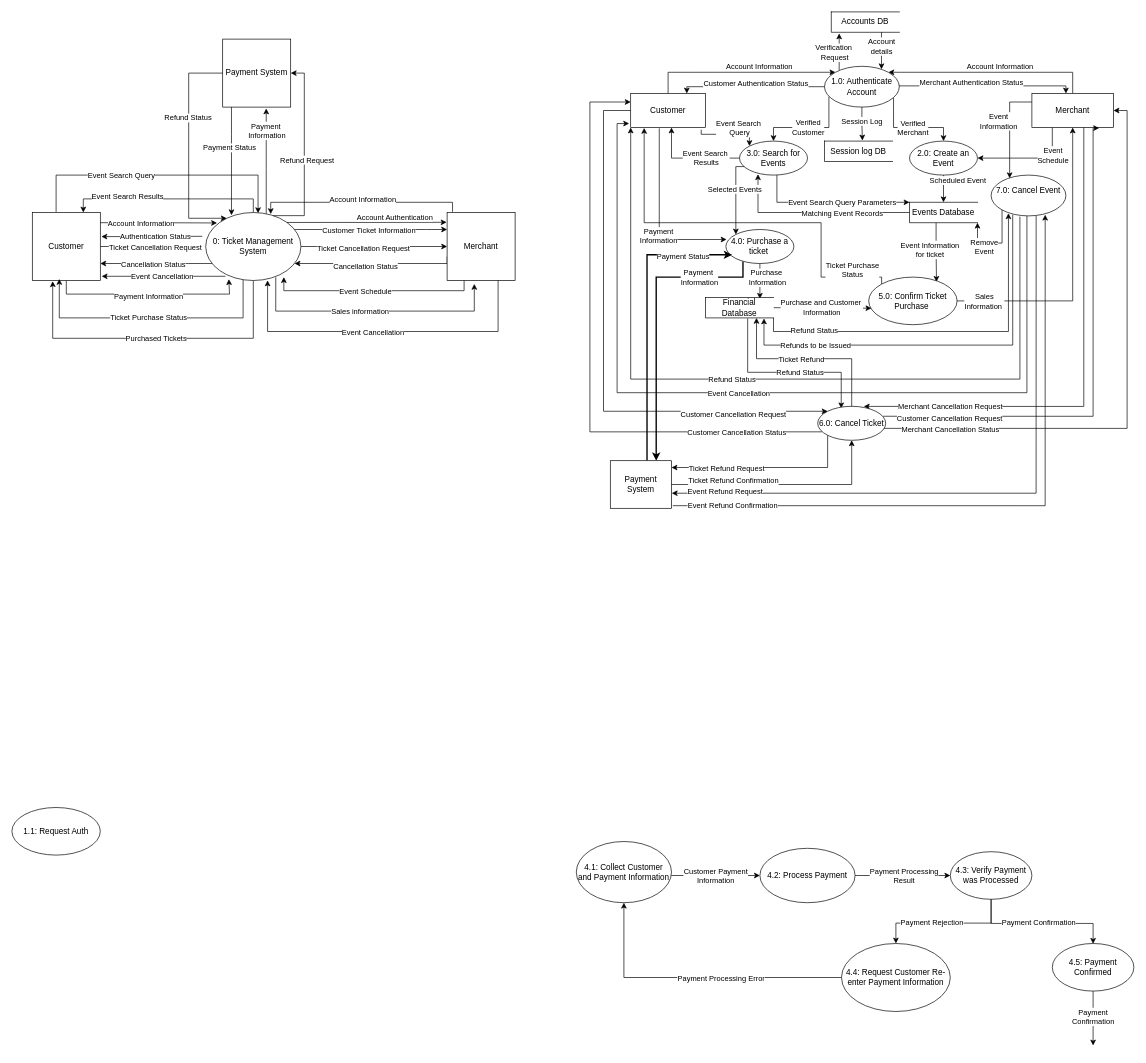
Earlier version of the draw.io diagram ITEC 630 DFD Ticket Mangement System .drawio (SteveWChang/UMGC-ITEC--630-Ticketing-System-Modeling-and-Analysis). Source tidied: cells renumbered, new cells numbered last; positions are measured from the earlier drawing's top-left corner, leaving out a move shared by most shapes. Both pictures are drawn from the tidied source at 68%, with x=0, y=0 at pixel (12, 12).
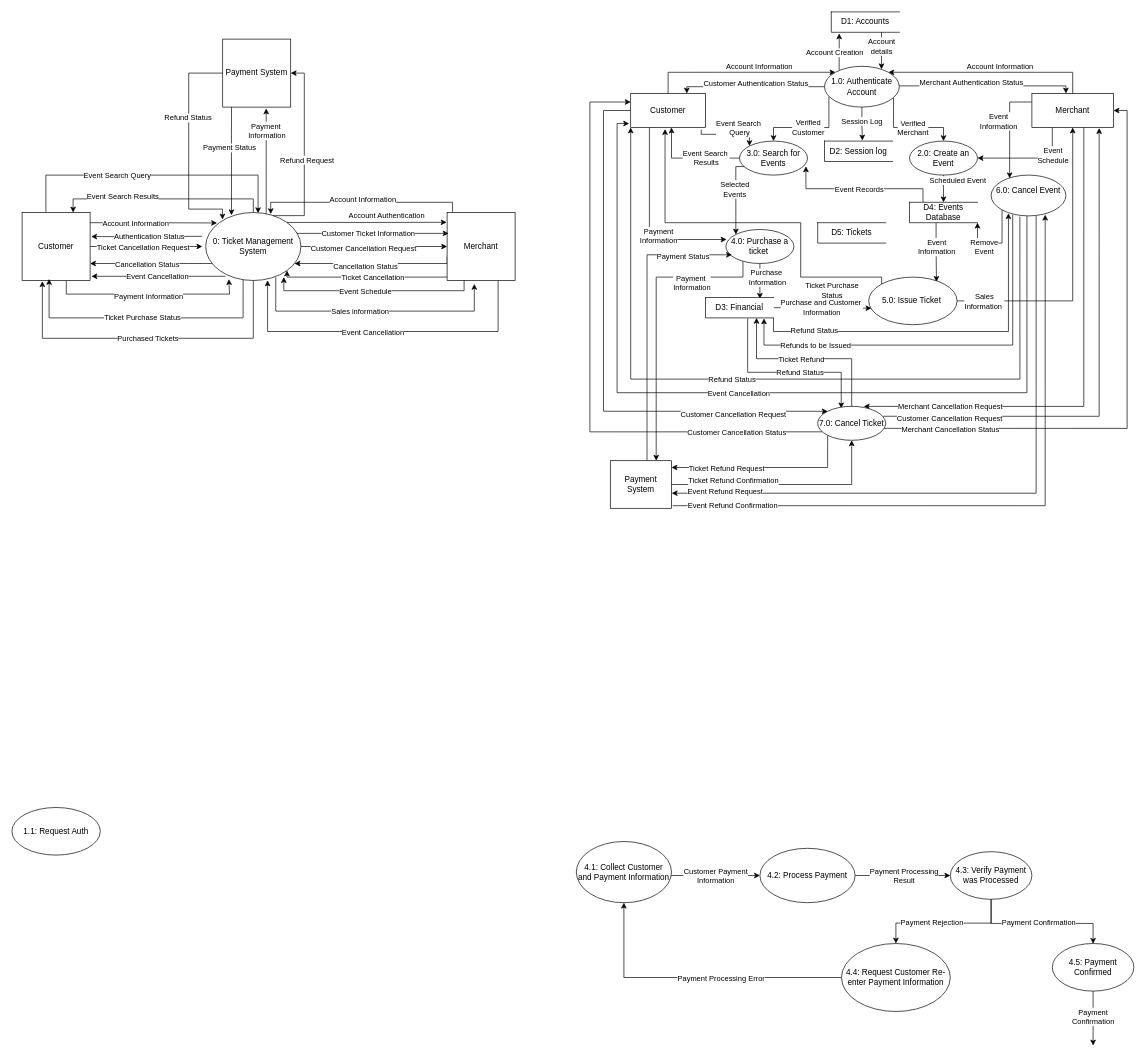
The same diagram, later.

The change refers to these unchanged cells:
```xml
<mxCell id="10" value="Merchant" style="html=1;dashed=0;whiteSpace=wrap;" parent="1" vertex="1">
  <mxGeometry x="1500" y="120" width="120" height="50" as="geometry" />
</mxCell>
<mxCell id="11" style="edgeStyle=orthogonalEdgeStyle;rounded=0;jettySize=auto;html=1;" parent="1" edge="1" source="19">
  <mxGeometry relative="1" as="geometry">
    <mxPoint x="280" y="345" as="targetPoint" />
  </mxGeometry>
</mxCell>
<mxCell id="24" value="Merchant" style="html=1;dashed=0;whiteSpace=wrap;" parent="1" vertex="1">
  <mxGeometry x="640" y="295" width="100" height="100" as="geometry" />
</mxCell>
<mxCell id="25" value="Payment System" style="html=1;dashed=0;whiteSpace=wrap;" parent="1" vertex="1">
  <mxGeometry x="310" y="40" width="100" height="100" as="geometry" />
</mxCell>
<mxCell id="29" style="edgeStyle=orthogonalEdgeStyle;rounded=0;jettySize=auto;html=1;entryX=0.767;entryY=0.1;entryDx=0;entryDy=0;exitX=0.391;exitY=0.994;exitDx=0;exitDy=0;entryPerimeter=0;exitPerimeter=0;" parent="1" edge="1" source="33" target="60">
  <mxGeometry x="-0.01" relative="1" as="geometry" />
</mxCell>
<mxCell id="37" value="4.0: Purchase a ticket&amp;nbsp;" style="shape=ellipse;html=1;dashed=0;whiteSpace=wrap;perimeter=ellipsePerimeter;" parent="1" vertex="1">
  <mxGeometry x="1050" y="320" width="100" height="50" as="geometry" />
</mxCell>
<mxCell id="45" value="Customer" style="html=1;dashed=0;whiteSpace=wrap;" parent="1" vertex="1">
  <mxGeometry x="910" y="120" width="110" height="50" as="geometry" />
</mxCell>
<mxCell id="48" value="Payment System" style="html=1;dashed=0;whiteSpace=wrap;" parent="1" vertex="1">
  <mxGeometry x="880" y="660" width="90" height="70" as="geometry" />
</mxCell>
<mxCell id="63" style="edgeStyle=orthogonalEdgeStyle;rounded=0;jettySize=auto;html=1;entryX=0;entryY=0.5;entryDx=0;entryDy=0;" parent="1" edge="1" source="73" target="24">
  <mxGeometry relative="1" as="geometry" />
</mxCell>
<mxCell id="73" value="0: Ticket Management System" style="shape=ellipse;html=1;dashed=0;whiteSpace=wrap;perimeter=ellipsePerimeter;" parent="1" vertex="1">
  <mxGeometry x="285" y="295" width="140" height="100" as="geometry" />
</mxCell>
<mxCell id="97" style="edgeStyle=orthogonalEdgeStyle;rounded=0;jettySize=auto;html=1;exitX=0.098;exitY=0.749;exitDx=0;exitDy=0;exitPerimeter=0;entryX=0;entryY=0;entryDx=0;entryDy=0;" parent="1" edge="1" source="99" target="37">
  <mxGeometry x="0.21" relative="1" as="geometry">
    <Array as="points">
      <mxPoint x="1064.6" y="227.5" />
    </Array>
  </mxGeometry>
</mxCell>
<mxCell id="99" value="3.0: Search for Events" style="shape=ellipse;html=1;dashed=0;whiteSpace=wrap;perimeter=ellipsePerimeter;" parent="1" vertex="1">
  <mxGeometry x="1070" y="190" width="100" height="50" as="geometry" />
</mxCell>
<mxCell id="117" style="edgeStyle=orthogonalEdgeStyle;rounded=0;jettySize=auto;html=1;entryX=0.116;entryY=1.054;entryDx=0;entryDy=0;exitX=0.196;exitY=0.091;exitDx=0;exitDy=0;exitPerimeter=0;entryPerimeter=0;" parent="1" edge="1" source="112" target="122">
  <mxGeometry x="-0.13" relative="1" as="geometry" />
</mxCell>
<mxCell id="160" style="edgeStyle=orthogonalEdgeStyle;rounded=0;jettySize=auto;html=1;exitX=1;exitY=0;exitDx=0;exitDy=0;entryX=-0.007;entryY=0.144;entryDx=0;entryDy=0;entryPerimeter=0;" parent="1" edge="1" source="73" target="24">
  <mxGeometry x="0.03" relative="1" as="geometry">
    <Array as="points">
      <mxPoint x="532.5" y="309.6" />
    </Array>
  </mxGeometry>
</mxCell>
```

The edit, as a diff of the source:
```diff
@@
     <mxCell id="12" value="Ticket Cancellation Request" style="edgeLabel;html=1;align=center;verticalAlign=middle;" parent="11" vertex="1">
       <mxGeometry x="-0.16" relative="1" as="geometry">
-        <mxPoint x="17" as="offset" />
+        <mxPoint x="7" as="offset" />
       </mxGeometry>
     </mxCell>
     <mxCell id="13" style="edgeStyle=orthogonalEdgeStyle;rounded=0;jettySize=auto;html=1;entryX=0.55;entryY=0.01;entryDx=0;entryDy=0;entryPerimeter=0;exitX=0.35;exitY=-0.01;exitDx=0;exitDy=0;exitPerimeter=0;" parent="1" edge="1" source="19" target="73">
       <mxGeometry x="-0.64" relative="1" as="geometry">
         <Array as="points">
-          <mxPoint x="65" y="240" />
+          <mxPoint x="50" y="240" />
           <mxPoint x="362" y="240" />
         </Array>
       </mxGeometry>
     </mxCell>
@@
     <mxCell id="19" value="&lt;div&gt;Customer&lt;/div&gt;" style="html=1;dashed=0;whiteSpace=wrap;" parent="1" vertex="1">
-      <mxGeometry x="30" y="295" width="100" height="100" as="geometry" />
+      <mxGeometry x="15" y="295" width="100" height="100" as="geometry" />
     </mxCell>
@@
+    <mxCell id="164" style="edgeStyle=orthogonalEdgeStyle;rounded=0;jettySize=auto;html=1;entryX=1;entryY=1;entryDx=0;entryDy=0;" parent="1" edge="1" source="24" target="73">
+      <mxGeometry relative="1" as="geometry">
+        <Array as="points">
+          <mxPoint x="404.5" y="390" />
+        </Array>
+      </mxGeometry>
+    </mxCell>
+    <mxCell id="165" value="Ticket Cancellation" style="edgeLabel;html=1;align=center;verticalAlign=middle;" parent="164" vertex="1">
+      <mxGeometry x="0.24" relative="1" as="geometry">
+        <mxPoint x="42" as="offset" />
+      </mxGeometry>
+    </mxCell>
@@
-    <mxCell id="30" value="&lt;div&gt;Event Information&lt;/div&gt;&lt;div&gt;for&amp;nbsp;ticket&lt;/div&gt;" style="edgeLabel;html=1;align=center;verticalAlign=middle;" parent="29" vertex="1">
+    <mxCell id="30" value="&lt;div&gt;Event&lt;/div&gt;&lt;div&gt;Information&lt;/div&gt;" style="edgeLabel;html=1;align=center;verticalAlign=middle;" parent="29" vertex="1">
       <mxGeometry x="-0.01" relative="1" as="geometry">
-        <mxPoint x="-10" y="-3" as="offset" />
+        <mxPoint y="-7" as="offset" />
       </mxGeometry>
     </mxCell>
-    <mxCell id="31" style="edgeStyle=orthogonalEdgeStyle;rounded=0;jettySize=auto;html=1;entryX=0.272;entryY=0.973;entryDx=0;entryDy=0;exitX=0;exitY=0.5;exitDx=0;exitDy=0;strokeWidth=1;entryPerimeter=0;" parent="1" edge="1" source="33" target="99">
-      <mxGeometry x="0.01" relative="1" as="geometry" />
+    <mxCell id="31" style="edgeStyle=orthogonalEdgeStyle;rounded=0;jettySize=auto;html=1;entryX=0.977;entryY=0.743;entryDx=0;entryDy=0;exitX=0.198;exitY=-0.015;exitDx=0;exitDy=0;strokeWidth=1;entryPerimeter=0;exitPerimeter=0;" parent="1" edge="1" source="33" target="99">
+      <mxGeometry x="0.29" relative="1" as="geometry" />
     </mxCell>
-    <mxCell id="32" value="Matching Event Records" style="edgeLabel;html=1;align=center;verticalAlign=middle;" parent="31" vertex="1">
+    <mxCell id="32" value="Event Records" style="edgeLabel;html=1;align=center;verticalAlign=middle;" parent="31" vertex="1">
       <mxGeometry x="0.34" relative="1" as="geometry">
-        <mxPoint x="87" as="offset" />
+        <mxPoint x="36" as="offset" />
       </mxGeometry>
     </mxCell>
-    <mxCell id="33" value="Events Database" style="html=1;dashed=0;whiteSpace=wrap;shape=partialRectangle;right=0;" parent="1" vertex="1">
+    <mxCell id="33" value="D4: Events Database" style="html=1;dashed=0;whiteSpace=wrap;shape=partialRectangle;right=0;" parent="1" vertex="1">
       <mxGeometry x="1320" y="280" width="100" height="30" as="geometry" />
     </mxCell>
@@
-    <mxCell id="36" style="edgeStyle=orthogonalEdgeStyle;rounded=0;jettySize=auto;html=1;exitX=0.251;exitY=0.939;exitDx=0;exitDy=0;exitPerimeter=0;entryX=0.75;entryY=0;entryDx=0;entryDy=0;strokeWidth=2;" parent="1" edge="1" source="37" target="48">
+    <mxCell id="36" style="edgeStyle=orthogonalEdgeStyle;rounded=0;jettySize=auto;html=1;exitX=0.251;exitY=0.939;exitDx=0;exitDy=0;exitPerimeter=0;entryX=0.75;entryY=0;entryDx=0;entryDy=0;strokeWidth=1;" parent="1" edge="1" source="37" target="48">
       <mxGeometry x="0.05" relative="1" as="geometry">
         <Array as="points">
           <mxPoint x="1075.1" y="390" />
           <mxPoint x="947.5" y="390" />
         </Array>
       </mxGeometry>
     </mxCell>
@@
-    <mxCell id="38" style="edgeStyle=orthogonalEdgeStyle;rounded=0;jettySize=auto;html=1;entryX=0.01;entryY=0.294;entryDx=0;entryDy=0;exitX=0.382;exitY=1.024;exitDx=0;exitDy=0;exitPerimeter=0;entryPerimeter=0;" parent="1" edge="1" source="45" target="37">
-      <mxGeometry x="0.16" relative="1" as="geometry">
-        <Array as="points">
-          <mxPoint x="952" y="334.7" />
-        </Array>
-      </mxGeometry>
+    <mxCell id="38" style="edgeStyle=orthogonalEdgeStyle;rounded=0;jettySize=auto;html=1;entryX=0.01;entryY=0.294;entryDx=0;entryDy=0;exitX=0.25;exitY=1;exitDx=0;exitDy=0;entryPerimeter=0;" parent="1" edge="1" source="45" target="37">
+      <mxGeometry x="0.21" relative="1" as="geometry" />
     </mxCell>
     <mxCell id="39" value="&lt;div&gt;Payment&amp;nbsp;&lt;/div&gt;&lt;div&gt;Information&lt;/div&gt;" style="edgeLabel;html=1;align=center;verticalAlign=middle;rotation=0;" parent="38" vertex="1">
-      <mxGeometry x="0.17" y="1" relative="1" as="geometry">
+      <mxGeometry x="0.22" y="1" relative="1" as="geometry">
         <mxPoint x="57" y="65" as="offset" />
       </mxGeometry>
     </mxCell>
     <mxCell id="40" value="&lt;div&gt;Payment&lt;/div&gt;&lt;div&gt;Information&lt;/div&gt;" style="edgeLabel;html=1;align=center;verticalAlign=middle;" parent="38" vertex="1">
-      <mxGeometry x="0.56" relative="1" as="geometry">
+      <mxGeometry x="0.59" relative="1" as="geometry">
         <mxPoint x="-43" y="-5" as="offset" />
       </mxGeometry>
     </mxCell>
@@
-    <mxCell id="46" style="edgeStyle=orthogonalEdgeStyle;rounded=0;jettySize=auto;html=1;exitX=0.6;exitY=-0.004;exitDx=0;exitDy=0;entryX=0.09;entryY=0.744;entryDx=0;entryDy=0;entryPerimeter=0;exitPerimeter=0;strokeWidth=2;" parent="1" edge="1" source="48" target="37">
+    <mxCell id="46" style="edgeStyle=orthogonalEdgeStyle;rounded=0;jettySize=auto;html=1;exitX=0.6;exitY=-0.004;exitDx=0;exitDy=0;entryX=0.09;entryY=0.744;entryDx=0;entryDy=0;entryPerimeter=0;exitPerimeter=0;strokeWidth=1;" parent="1" edge="1" source="48" target="37">
       <mxGeometry x="0.09" relative="1" as="geometry">
         <Array as="points">
           <mxPoint x="934" y="357.2" />
         </Array>
       </mxGeometry>
     </mxCell>
@@
-    <mxCell id="55" value="Financial Database" style="html=1;dashed=0;whiteSpace=wrap;shape=partialRectangle;right=0;" parent="1" vertex="1">
+    <mxCell id="55" value="D3: Financial" style="html=1;dashed=0;whiteSpace=wrap;shape=partialRectangle;right=0;" parent="1" vertex="1">
       <mxGeometry x="1020" y="420" width="100" height="30" as="geometry" />
     </mxCell>
-    <mxCell id="56" style="edgeStyle=orthogonalEdgeStyle;rounded=0;jettySize=auto;html=1;exitX=0;exitY=0;exitDx=0;exitDy=0;entryX=0.18;entryY=1.012;entryDx=0;entryDy=0;entryPerimeter=0;strokeWidth=1;" parent="1" edge="1" source="60" target="45">
-      <mxGeometry x="-0.18" relative="1" as="geometry">
+    <mxCell id="56" style="edgeStyle=orthogonalEdgeStyle;rounded=0;jettySize=auto;html=1;exitX=0;exitY=0;exitDx=0;exitDy=0;entryX=0.459;entryY=1.047;entryDx=0;entryDy=0;entryPerimeter=0;strokeWidth=1;" parent="1" edge="1" source="60" target="45">
+      <mxGeometry x="-0.14" relative="1" as="geometry">
         <Array as="points">
           <mxPoint x="1279" y="390" />
-          <mxPoint x="1190" y="390" />
-          <mxPoint x="1190" y="310" />
-          <mxPoint x="929.8" y="310" />
+          <mxPoint x="1160" y="390" />
+          <mxPoint x="1160" y="310" />
+          <mxPoint x="960.5" y="310" />
         </Array>
       </mxGeometry>
     </mxCell>
     <mxCell id="57" value="&lt;div&gt;Ticket Purchase&lt;/div&gt;&lt;div&gt;Status&lt;/div&gt;" style="edgeLabel;html=1;align=center;verticalAlign=middle;" parent="56" vertex="1">
-      <mxGeometry x="-0.5" y="1" relative="1" as="geometry">
+      <mxGeometry x="-0.47" y="1" relative="1" as="geometry">
         <mxPoint x="46" y="35" as="offset" />
       </mxGeometry>
     </mxCell>
@@
-    <mxCell id="60" value="5.0: Confirm Ticket Purchase&amp;nbsp;" style="shape=ellipse;html=1;dashed=0;whiteSpace=wrap;perimeter=ellipsePerimeter;" parent="1" vertex="1">
+    <mxCell id="60" value="5.0: Issue Ticket&amp;nbsp;" style="shape=ellipse;html=1;dashed=0;whiteSpace=wrap;perimeter=ellipsePerimeter;" parent="1" vertex="1">
       <mxGeometry x="1260" y="390" width="130" height="70" as="geometry" />
     </mxCell>
@@
-    <mxCell id="64" value="Ticket Cancellation Request" style="edgeLabel;html=1;align=center;verticalAlign=middle;" parent="63" vertex="1">
+    <mxCell id="64" value="Customer Cancellation Request" style="edgeLabel;html=1;align=center;verticalAlign=middle;" parent="63" vertex="1">
       <mxGeometry x="-0.15" y="-2" relative="1" as="geometry" />
     </mxCell>
@@
     <mxCell id="67" style="edgeStyle=orthogonalEdgeStyle;rounded=0;jettySize=auto;html=1;exitX=0.393;exitY=0.95;exitDx=0;exitDy=0;exitPerimeter=0;entryX=0.397;entryY=0.977;entryDx=0;entryDy=0;entryPerimeter=0;" parent="1" edge="1" source="73" target="19">
       <mxGeometry x="0.01" relative="1" as="geometry">
         <Array as="points">
           <mxPoint x="340" y="450" />
-          <mxPoint x="70" y="450" />
+          <mxPoint x="54.7" y="450" />
         </Array>
       </mxGeometry>
     </mxCell>
@@
     <mxCell id="69" style="edgeStyle=orthogonalEdgeStyle;rounded=0;jettySize=auto;html=1;entryX=0.75;entryY=0;entryDx=0;entryDy=0;" parent="1" edge="1" source="73" target="19">
       <mxGeometry relative="1" as="geometry">
         <Array as="points">
           <mxPoint x="355" y="275" />
-          <mxPoint x="105" y="275" />
+          <mxPoint x="90" y="275" />
         </Array>
       </mxGeometry>
     </mxCell>
     <mxCell id="70" value="Event Search Results" style="edgeLabel;html=1;align=center;verticalAlign=middle;" parent="69" vertex="1">
-      <mxGeometry x="0.18" relative="1" as="geometry">
+      <mxGeometry x="0.17" relative="1" as="geometry">
         <mxPoint x="-35" y="-5" as="offset" />
       </mxGeometry>
     </mxCell>
     <mxCell id="71" style="edgeStyle=orthogonalEdgeStyle;rounded=0;jettySize=auto;html=1;entryX=0.298;entryY=1.01;entryDx=0;entryDy=0;entryPerimeter=0;" parent="1" edge="1" source="73" target="19">
-      <mxGeometry x="0.03" relative="1" as="geometry">
+      <mxGeometry x="0.04" relative="1" as="geometry">
         <Array as="points">
           <mxPoint x="355" y="480" />
-          <mxPoint x="60" y="480" />
-          <mxPoint x="60" y="400" />
+          <mxPoint x="44.8" y="480" />
         </Array>
       </mxGeometry>
     </mxCell>
     <mxCell id="72" value="Purchased Tickets" style="edgeLabel;html=1;align=center;verticalAlign=middle;" parent="71" vertex="1">
-      <mxGeometry x="0.28" y="3" relative="1" as="geometry">
+      <mxGeometry x="0.29" y="3" relative="1" as="geometry">
         <mxPoint x="68" y="-3" as="offset" />
       </mxGeometry>
     </mxCell>
@@
-    <mxCell id="74" style="edgeStyle=orthogonalEdgeStyle;rounded=0;jettySize=auto;html=1;" parent="1" edge="1" source="73" target="24">
-      <mxGeometry relative="1" as="geometry">
+    <mxCell id="74" style="edgeStyle=orthogonalEdgeStyle;rounded=0;jettySize=auto;html=1;entryX=0.022;entryY=0.307;entryDx=0;entryDy=0;entryPerimeter=0;" parent="1" edge="1" target="24">
+      <mxGeometry x="-0.03" relative="1" as="geometry">
+        <mxPoint x="418.8" y="325.7" as="sourcePoint" />
         <Array as="points">
-          <mxPoint x="610" y="320" />
-          <mxPoint x="610" y="320" />
+          <mxPoint x="418.8" y="325.7" />
         </Array>
       </mxGeometry>
     </mxCell>
     <mxCell id="75" value="&lt;div&gt;Customer Ticket Information&lt;/div&gt;" style="edgeLabel;html=1;align=center;verticalAlign=middle;" parent="74" vertex="1">
-      <mxGeometry x="0.26" y="1" relative="1" as="geometry">
+      <mxGeometry x="0.23" y="1" relative="1" as="geometry">
         <mxPoint x="-32" y="1" as="offset" />
       </mxGeometry>
     </mxCell>
@@
-    <mxCell id="95" style="edgeStyle=orthogonalEdgeStyle;rounded=0;jettySize=auto;html=1;exitX=0.5;exitY=1;exitDx=0;exitDy=0;entryX=0;entryY=0;entryDx=0;entryDy=0;" parent="1" edge="1" target="33">
-      <mxGeometry x="0.49" relative="1" as="geometry">
-        <mxPoint x="1125" y="240" as="sourcePoint" />
-        <Array as="points">
-          <mxPoint x="1125" y="280" />
-        </Array>
-      </mxGeometry>
-    </mxCell>
-    <mxCell id="96" value="Event Search Query Parameters" style="edgeLabel;html=1;align=center;verticalAlign=middle;" parent="95" vertex="1">
-      <mxGeometry x="0.3" y="1" relative="1" as="geometry">
-        <mxPoint x="-18" as="offset" />
-      </mxGeometry>
-    </mxCell>
@@
-    <mxCell id="98" value="&lt;div&gt;Selected Events&lt;/div&gt;" style="edgeLabel;html=1;align=center;verticalAlign=middle;" parent="97" vertex="1">
+    <mxCell id="98" value="&lt;div&gt;Selected&lt;/div&gt;&lt;div&gt;Events&lt;/div&gt;" style="edgeLabel;html=1;align=center;verticalAlign=middle;" parent="97" vertex="1">
       <mxGeometry x="-0.01" y="1" relative="1" as="geometry">
         <mxPoint x="-3" y="-9" as="offset" />
       </mxGeometry>
     </mxCell>
@@
-    <mxCell id="118" value="&lt;div&gt;Verification&amp;nbsp;&lt;/div&gt;&lt;div&gt;Request&lt;/div&gt;" style="edgeLabel;html=1;align=center;verticalAlign=middle;" parent="117" vertex="1">
+    <mxCell id="118" value="Account Creation" style="edgeLabel;html=1;align=center;verticalAlign=middle;" parent="117" vertex="1">
       <mxGeometry x="0.01" y="1" relative="1" as="geometry">
         <mxPoint x="-6" y="1" as="offset" />
       </mxGeometry>
     </mxCell>
-    <mxCell id="119" value="Session log DB" style="html=1;dashed=0;whiteSpace=wrap;shape=partialRectangle;right=0;" parent="1" vertex="1">
+    <mxCell id="119" value="D2: Session log" style="html=1;dashed=0;whiteSpace=wrap;shape=partialRectangle;right=0;" parent="1" vertex="1">
       <mxGeometry x="1195" y="190" width="100" height="30" as="geometry" />
     </mxCell>
@@
-    <mxCell id="122" value="Accounts DB" style="html=1;dashed=0;whiteSpace=wrap;shape=partialRectangle;right=0;" parent="1" vertex="1">
+    <mxCell id="122" value="D1: Accounts" style="html=1;dashed=0;whiteSpace=wrap;shape=partialRectangle;right=0;" parent="1" vertex="1">
       <mxGeometry x="1205" width="100" height="30" as="geometry" />
     </mxCell>
@@
-    <mxCell id="129" value="&lt;div&gt;6.0: Cancel Ticket&lt;/div&gt;" style="shape=ellipse;html=1;dashed=0;whiteSpace=wrap;perimeter=ellipsePerimeter;" parent="1" vertex="1">
+    <mxCell id="129" value="&lt;div&gt;7.0: Cancel Ticket&lt;/div&gt;" style="shape=ellipse;html=1;dashed=0;whiteSpace=wrap;perimeter=ellipsePerimeter;" parent="1" vertex="1">
       <mxGeometry x="1185" y="580" width="100" height="50" as="geometry" />
     </mxCell>
@@
     <mxCell id="132" style="edgeStyle=orthogonalEdgeStyle;rounded=0;jettySize=auto;html=1;exitX=0.962;exitY=0.293;exitDx=0;exitDy=0;exitPerimeter=0;entryX=0.824;entryY=1.017;entryDx=0;entryDy=0;entryPerimeter=0;" parent="1" edge="1" source="129" target="10">
-      <mxGeometry relative="1" as="geometry">
-        <Array as="points">
-          <mxPoint x="1590" y="594.7" />
-          <mxPoint x="1590" y="170.9" />
-        </Array>
-      </mxGeometry>
+      <mxGeometry relative="1" as="geometry" />
     </mxCell>
@@
-    <mxCell id="140" value="&lt;div&gt;7.0: Cancel Event&lt;/div&gt;&lt;div&gt;&lt;br&gt;&lt;/div&gt;" style="shape=ellipse;html=1;dashed=0;whiteSpace=wrap;perimeter=ellipsePerimeter;" parent="1" vertex="1">
+    <mxCell id="140" value="&lt;div&gt;6.0: Cancel Event&lt;/div&gt;&lt;div&gt;&lt;br&gt;&lt;/div&gt;" style="shape=ellipse;html=1;dashed=0;whiteSpace=wrap;perimeter=ellipsePerimeter;" parent="1" vertex="1">
       <mxGeometry x="1440" y="240" width="110" height="60" as="geometry" />
     </mxCell>
@@
-    <mxCell id="155" style="edgeStyle=orthogonalEdgeStyle;rounded=0;jettySize=auto;html=1;" parent="1" edge="1" source="25" target="73">
-      <mxGeometry x="-0.01" relative="1" as="geometry">
+    <mxCell id="155" style="edgeStyle=orthogonalEdgeStyle;rounded=0;jettySize=auto;html=1;entryX=0.176;entryY=0.103;entryDx=0;entryDy=0;entryPerimeter=0;" parent="1" edge="1" source="25" target="73">
+      <mxGeometry relative="1" as="geometry">
         <Array as="points">
           <mxPoint x="260" y="90" />
-          <mxPoint x="260" y="303.5" />
+          <mxPoint x="260" y="290" />
+          <mxPoint x="309.6" y="290" />
         </Array>
       </mxGeometry>
     </mxCell>
     <mxCell id="156" value="Refund Status" style="edgeLabel;html=1;align=center;verticalAlign=middle;" parent="155" vertex="1">
-      <mxGeometry x="-0.28" y="-2" relative="1" as="geometry" />
+      <mxGeometry x="-0.27" y="-2" relative="1" as="geometry" />
     </mxCell>
@@
     <mxCell id="161" value="Account Authentication" style="edgeLabel;html=1;align=center;verticalAlign=middle;" parent="160" vertex="1">
       <mxGeometry x="0.35" relative="1" as="geometry">
-        <mxPoint y="-8" as="offset" />
+        <mxPoint x="-12" y="-10" as="offset" />
       </mxGeometry>
     </mxCell>
@@
+    <mxCell id="166" value="D5: Tickets" style="html=1;dashed=0;whiteSpace=wrap;shape=partialRectangle;right=0;" parent="1" vertex="1">
+      <mxGeometry x="1185" y="310" width="100" height="30" as="geometry" />
+    </mxCell>
```
